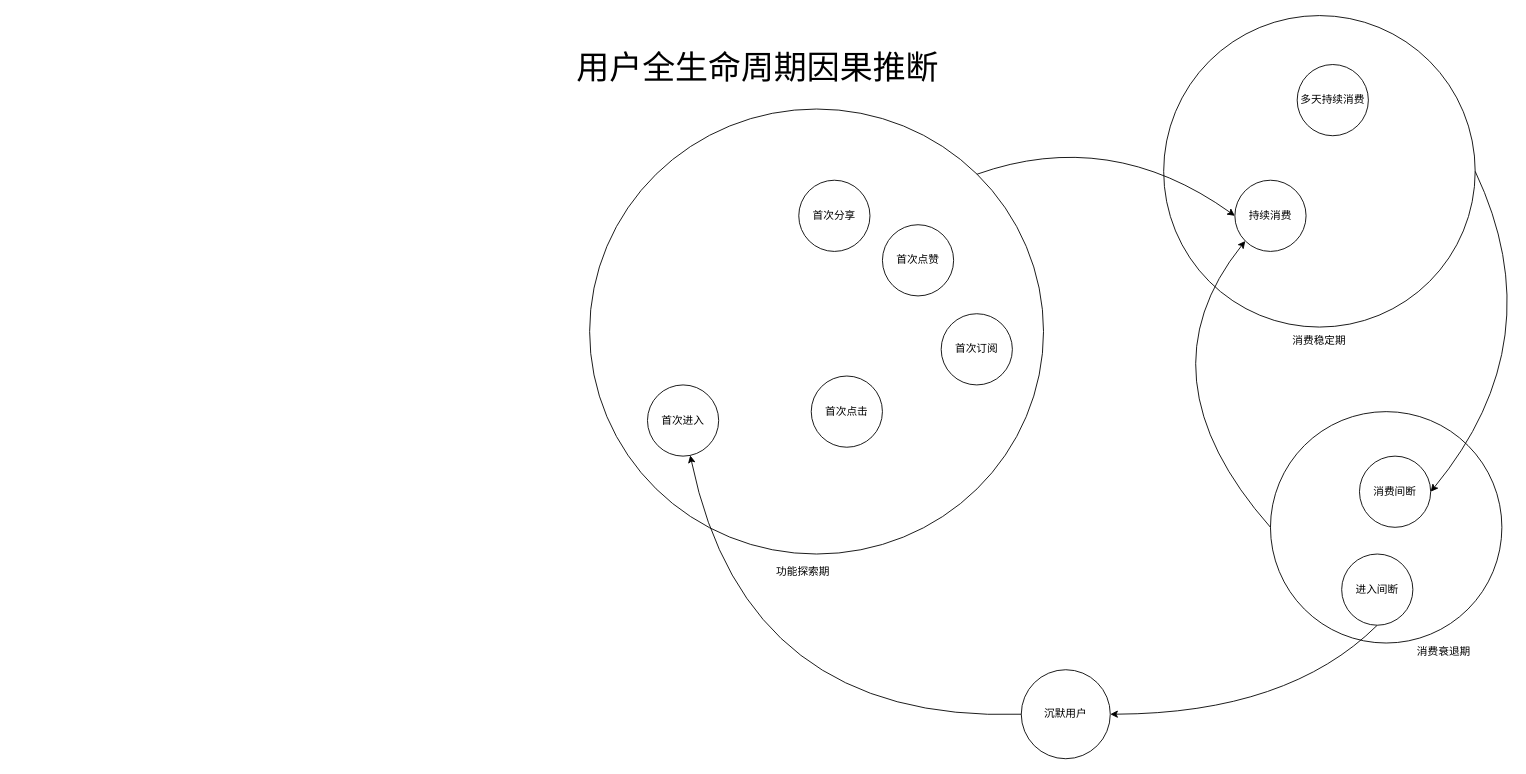
Before: Untitled Diagram.drawio in konyel/smart_agent, a draw.io diagram. Source tidied: cells renumbered, new cells numbered last; positions are measured from the earlier drawing's top-left corner, leaving out a move shared by most shapes. Both pictures are drawn from the tidied source at 89%, with x=0, y=0 at pixel (562, 15).
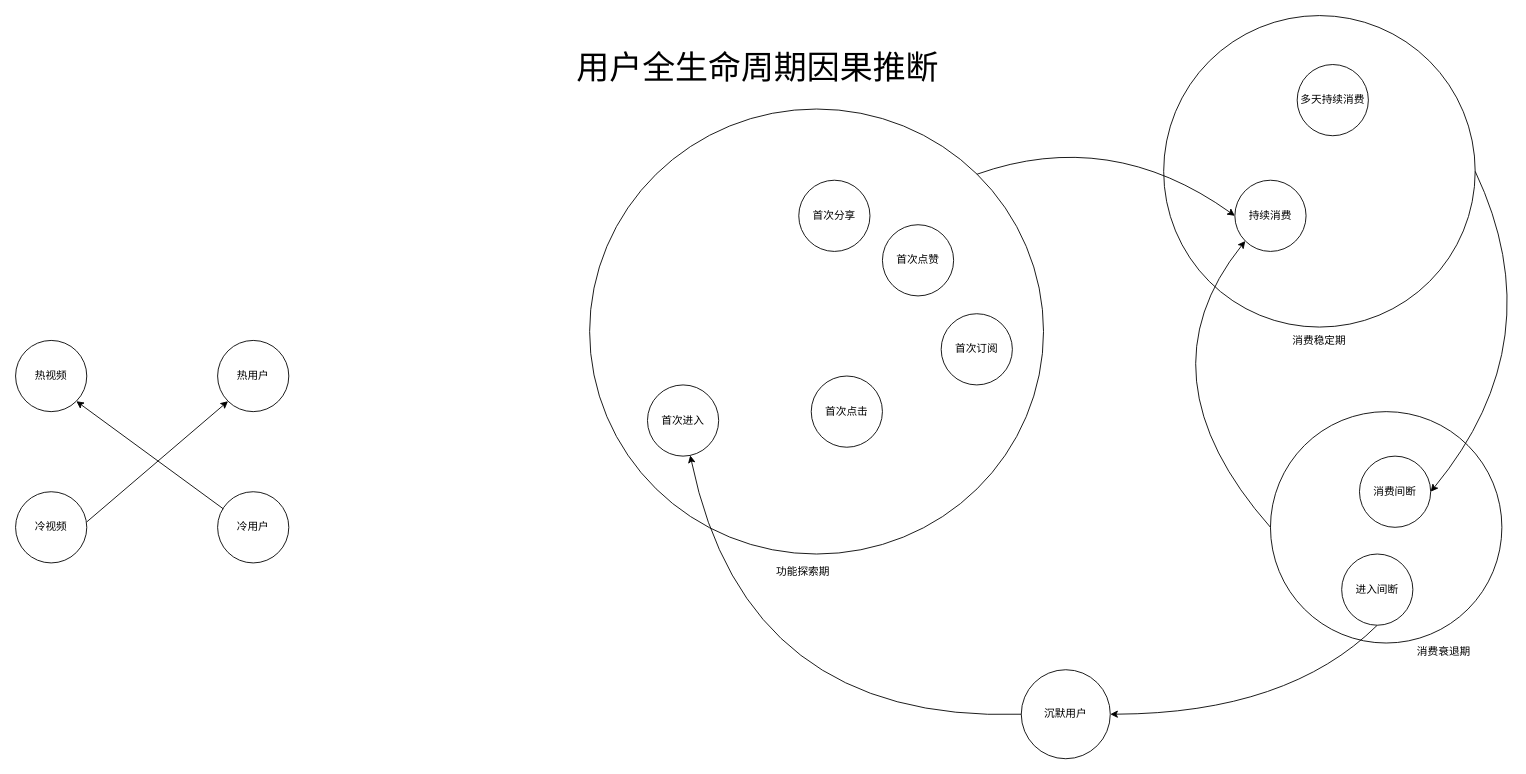
After the change.

The edit, as a diff of the source:
```diff
@@
+    <mxCell id="24" value="冷视频" style="ellipse;whiteSpace=wrap;html=1;" parent="1" vertex="1">
+      <mxGeometry x="-614" y="535" width="80" height="80" as="geometry" />
+    </mxCell>
+    <mxCell id="25" value="冷用户" style="ellipse;whiteSpace=wrap;html=1;" parent="1" vertex="1">
+      <mxGeometry x="-387" y="535" width="80" height="80" as="geometry" />
+    </mxCell>
+    <mxCell id="26" value="热视频" style="ellipse;whiteSpace=wrap;html=1;" parent="1" vertex="1">
+      <mxGeometry x="-614" y="365" width="80" height="80" as="geometry" />
+    </mxCell>
+    <mxCell id="27" value="热用户" style="ellipse;whiteSpace=wrap;html=1;" parent="1" vertex="1">
+      <mxGeometry x="-387" y="365" width="80" height="80" as="geometry" />
+    </mxCell>
+    <mxCell id="28" style="endArrow=classic;html=1;entryX=0;entryY=1;entryDx=0;entryDy=0;exitX=1.001;exitY=0.423;exitDx=0;exitDy=0;exitPerimeter=0;" parent="1" edge="1" source="24" target="27">
+      <mxGeometry relative="1" as="geometry" />
+    </mxCell>
+    <mxCell id="29" style="endArrow=classic;html=1;entryX=1;entryY=1;entryDx=0;entryDy=0;exitX=0.081;exitY=0.241;exitDx=0;exitDy=0;exitPerimeter=0;" parent="1" edge="1" source="25" target="26">
+      <mxGeometry relative="1" as="geometry" />
+    </mxCell>
```
